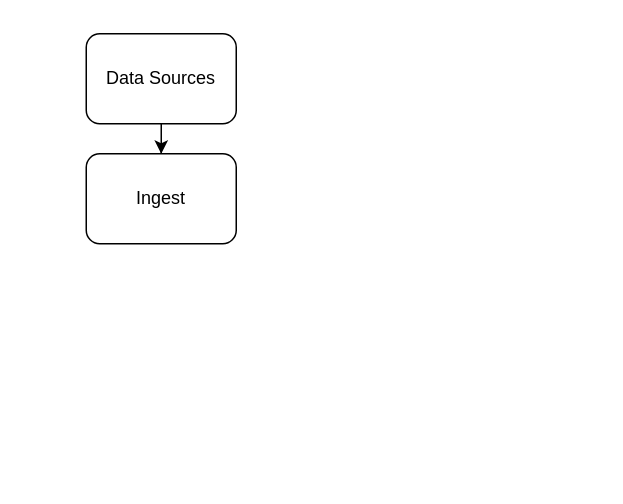
The draw.io diagram data_science_workflow.drawio in denezt/data-pipeline, before the edit. Source tidied: cells renumbered, new cells numbered last; positions are measured from the earlier drawing's top-left corner, leaving out a move shared by most shapes. Both pictures are drawn from the tidied source at 150%, with x=0, y=0 at pixel (86, 33).
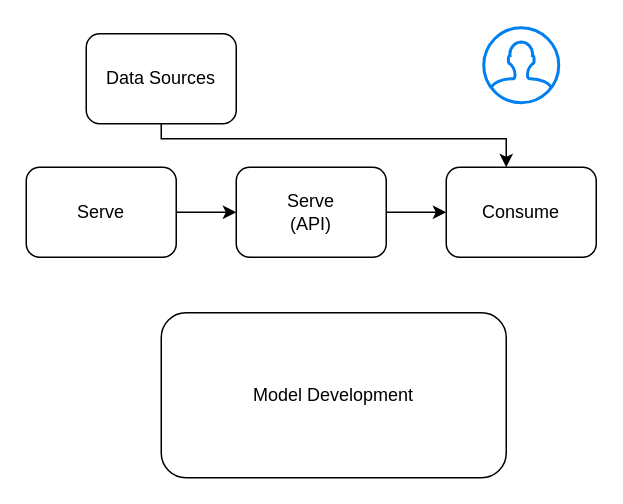
The same diagram, later.

Diff of the diagram source:
```diff
@@
 <mxGraphModel>
   <root>
     <mxCell id="0" />
     <mxCell id="1" parent="0" />
     <mxCell id="2" value="Data Sources" style="rounded=1;whiteSpace=wrap;html=1;" parent="1" vertex="1">
       <mxGeometry width="100" height="60" as="geometry" />
     </mxCell>
-    <mxCell id="3" value="Ingest" style="rounded=1;whiteSpace=wrap;html=1;" parent="1" vertex="1">
-      <mxGeometry y="80" width="100" height="60" as="geometry" />
-    </mxCell>
-    <mxCell id="4" style="edgeStyle=orthogonalEdgeStyle;rounded=0;jettySize=auto;html=1;entryX=0.5;entryY=0;entryDx=0;entryDy=0;" parent="1" edge="1" source="2" target="3">
-      <mxGeometry as="geometry" />
-    </mxCell>
+    <mxCell id="5" value="Consume" style="rounded=1;whiteSpace=wrap;html=1;" parent="1" vertex="1">
+      <mxGeometry x="240" y="89" width="100" height="60" as="geometry" />
+    </mxCell>
+    <mxCell id="6" style="edgeStyle=orthogonalEdgeStyle;rounded=0;jettySize=auto;html=1;entryX=0.4;entryY=0;entryDx=0;entryDy=0;entryPerimeter=0;exitX=0.5;exitY=1;exitDx=0;exitDy=0;" parent="1" edge="1" source="2" target="5">
+      <mxGeometry relative="1" as="geometry">
+        <Array as="points">
+          <mxPoint x="50" y="70" />
+          <mxPoint x="280" y="70" />
+        </Array>
+      </mxGeometry>
+    </mxCell>
+    <mxCell id="7" style="html=1;verticalLabelPosition=bottom;align=center;labelBackgroundColor=#ffffff;verticalAlign=top;strokeWidth=2;strokeColor=#0080F0;shadow=0;dashed=0;shape=mxgraph.ios7.icons.user;" parent="1" vertex="1">
+      <mxGeometry x="265" y="-4" width="50" height="50" as="geometry" />
+    </mxCell>
+    <mxCell id="8" style="edgeStyle=orthogonalEdgeStyle;rounded=0;jettySize=auto;html=1;" parent="1" edge="1" source="9" target="5">
+      <mxGeometry relative="1" as="geometry" />
+    </mxCell>
+    <mxCell id="9" value="Serve&lt;div&gt;(API)&lt;/div&gt;" style="rounded=1;whiteSpace=wrap;html=1;" parent="1" vertex="1">
+      <mxGeometry x="100" y="89" width="100" height="60" as="geometry" />
+    </mxCell>
+    <mxCell id="10" style="edgeStyle=orthogonalEdgeStyle;rounded=0;jettySize=auto;html=1;" parent="1" edge="1" source="11" target="9">
+      <mxGeometry relative="1" as="geometry" />
+    </mxCell>
+    <mxCell id="11" value="Serve" style="rounded=1;whiteSpace=wrap;html=1;" parent="1" vertex="1">
+      <mxGeometry x="-40" y="89" width="100" height="60" as="geometry" />
+    </mxCell>
+    <mxCell id="12" value="Model Development" style="rounded=1;whiteSpace=wrap;html=1;" parent="1" vertex="1">
+      <mxGeometry x="50" y="186" width="230" height="110" as="geometry" />
+    </mxCell>
   </root>
 </mxGraphModel>
```
